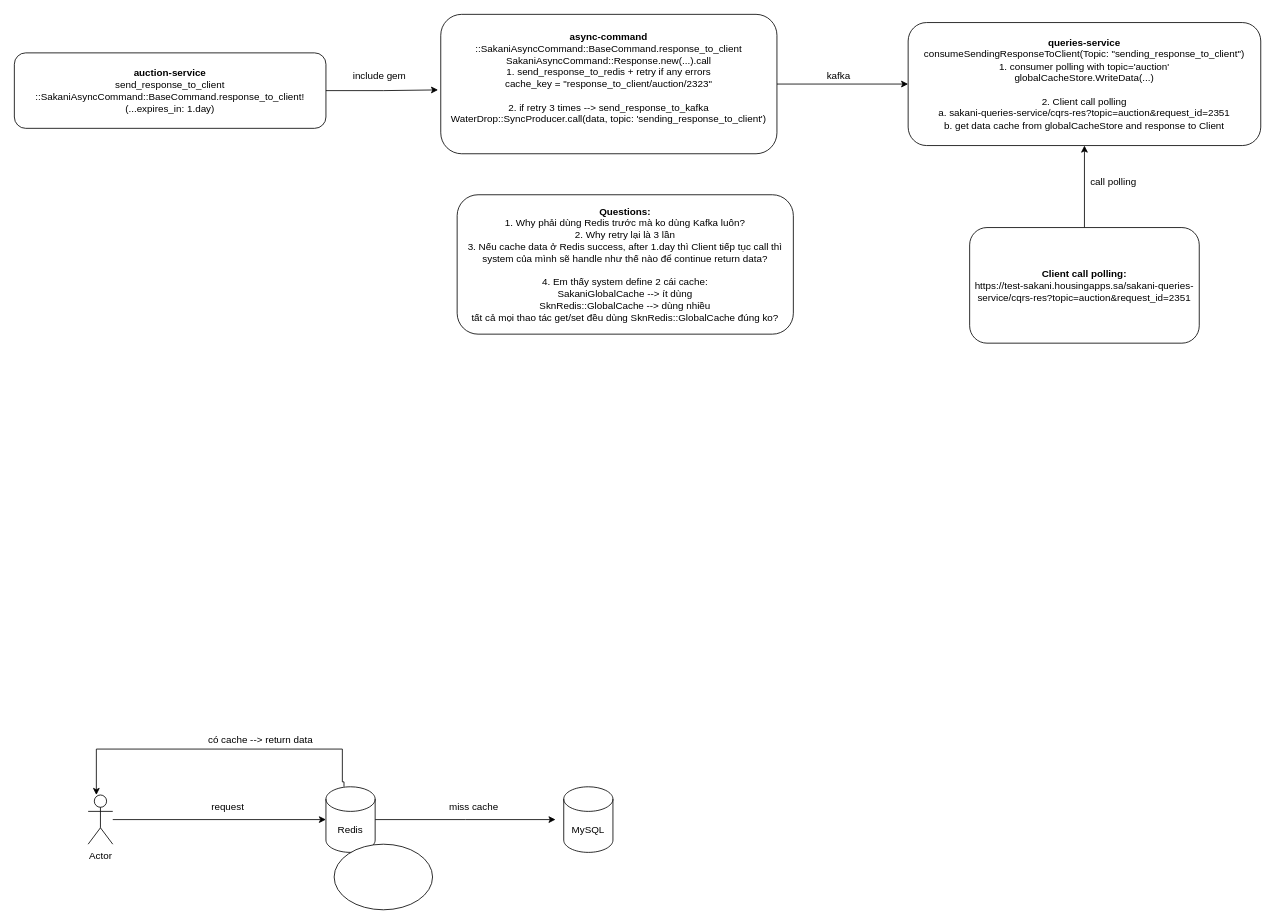
Before: cache.drawio in HoangNguyen58TH1/redis_research, a draw.io diagram. Source tidied: cells renumbered, new cells numbered last; positions are measured from the earlier drawing's top-left corner, leaving out a move shared by most shapes. Both pictures are drawn from the tidied source at 82%, with x=0, y=0 at pixel (14, 14).
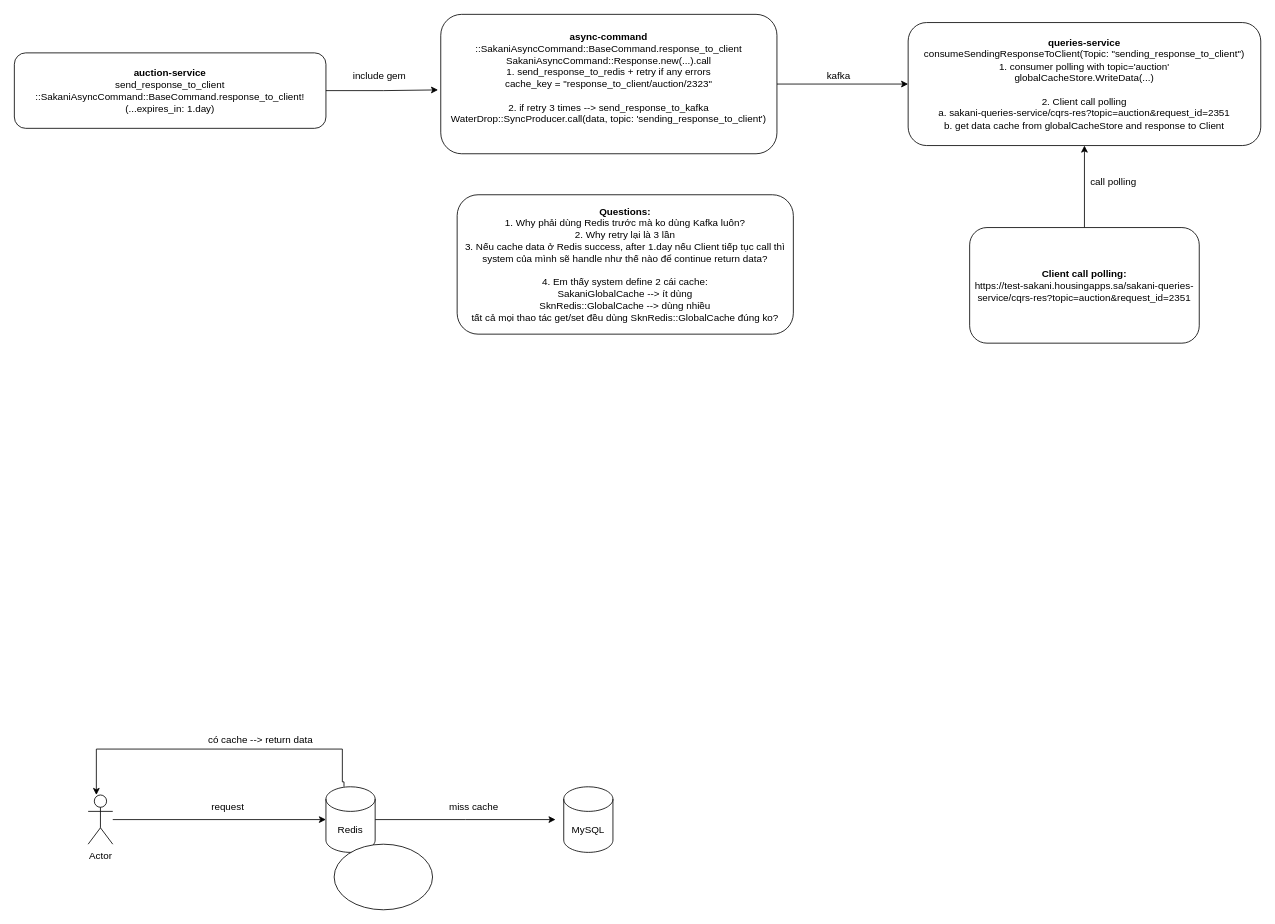
The same page after the edit.

Change to the diagram source:
```diff
@@
-    <mxCell id="18" value="&lt;b&gt;Questions:&lt;/b&gt;&lt;br&gt;&lt;div&gt;1. Why phải dùng Redis trước mà ko dùng Kafka luôn?&lt;/div&gt;&lt;div&gt;2. Why retry lại là 3 lần&lt;/div&gt;&lt;div&gt;3. Nếu cache data ở Redis success, after 1.day thì Client tiếp tục call thì system của mình sẽ handle như thế nào để continue return data?&lt;/div&gt;&lt;div&gt;&lt;br&gt;&lt;/div&gt;&lt;div&gt;4. Em thấy system define 2 cái cache:&lt;/div&gt;&lt;div&gt;SakaniGlobalCache --&amp;gt; ít dùng&lt;/div&gt;&lt;div&gt;SknRedis::GlobalCache --&amp;gt; dùng nhiều&lt;/div&gt;&lt;div&gt;tất cả mọi thao tác get/set đều dùng&amp;nbsp;&lt;span style=&quot;background-color: transparent; color: light-dark(rgb(0, 0, 0), rgb(255, 255, 255));&quot;&gt;SknRedis::GlobalCache đúng ko?&lt;/span&gt;&lt;/div&gt;" style="rounded=1;whiteSpace=wrap;html=1;" parent="1" vertex="1">
+    <mxCell id="18" value="&lt;b&gt;Questions:&lt;/b&gt;&lt;br&gt;&lt;div&gt;1. Why phải dùng Redis trước mà ko dùng Kafka luôn?&lt;/div&gt;&lt;div&gt;2. Why retry lại là 3 lần&lt;/div&gt;&lt;div&gt;3. Nếu cache data ở Redis success, after 1.day nếu Client tiếp tục call thì system của mình sẽ handle như thế nào để continue return data?&lt;/div&gt;&lt;div&gt;&lt;br&gt;&lt;/div&gt;&lt;div&gt;4. Em thấy system define 2 cái cache:&lt;/div&gt;&lt;div&gt;SakaniGlobalCache --&amp;gt; ít dùng&lt;/div&gt;&lt;div&gt;SknRedis::GlobalCache --&amp;gt; dùng nhiều&lt;/div&gt;&lt;div&gt;tất cả mọi thao tác get/set đều dùng&amp;nbsp;&lt;span style=&quot;background-color: transparent; color: light-dark(rgb(0, 0, 0), rgb(255, 255, 255));&quot;&gt;SknRedis::GlobalCache đúng ko?&lt;/span&gt;&lt;/div&gt;" style="rounded=1;whiteSpace=wrap;html=1;" parent="1" vertex="1">
       <mxGeometry x="540" y="220" width="410" height="170" as="geometry" />
     </mxCell>
```
